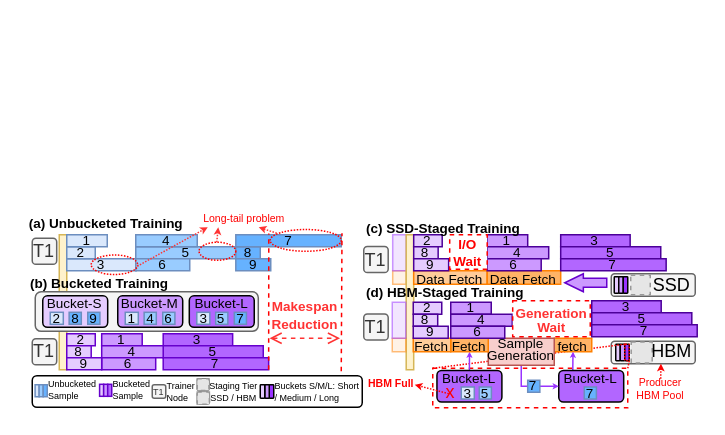
Before: 7.14心脏矢量图/design_slot.drawio in GoodMorningSir/My_drawioPicture, a draw.io diagram. Source tidied: cells renumbered, new cells numbered last; positions are measured from the earlier drawing's top-left corner, leaving out a move shared by most shapes. Both pictures are drawn from the tidied source at 150%, with x=0, y=0 at pixel (27, 210). Pictures stored in the file or linked from it are replaced by grey dashed boxes.
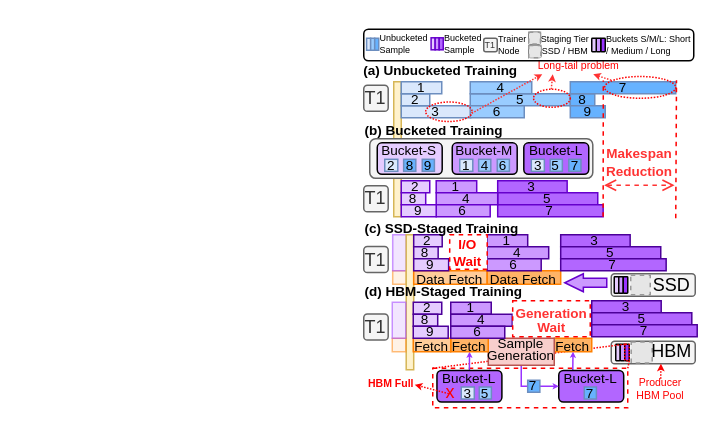
Above is the later version.

Change to the diagram source:
```diff
@@
-    <mxCell id="12" value="&lt;div style=&quot;line-height: 70%;&quot;&gt;&lt;span style=&quot;font-size: 9px; background-color: transparent; color: light-dark(rgb(0, 0, 0), rgb(255, 255, 255));&quot;&gt;fetch&lt;/span&gt;&lt;/div&gt;" style="text;html=1;whiteSpace=wrap;strokeColor=#FF8000;fillColor=#FFB366;align=center;verticalAlign=middle;rounded=0;" parent="1" vertex="1">
+    <mxCell id="12" value="&lt;div style=&quot;line-height: 70%;&quot;&gt;&lt;span style=&quot;font-size: 9px; background-color: transparent; color: light-dark(rgb(0, 0, 0), rgb(255, 255, 255));&quot;&gt;Fetch&lt;/span&gt;&lt;/div&gt;" style="text;html=1;whiteSpace=wrap;strokeColor=#FF8000;fillColor=#FFB366;align=center;verticalAlign=middle;rounded=0;" parent="1" vertex="1">
       <mxGeometry x="351" y="85" width="25" height="9" as="geometry" />
     </mxCell>
@@
     <mxCell id="17" style="rounded=0;whiteSpace=wrap;html=1;fillColor=#fff2cc;strokeColor=#d6b656;" parent="1" vertex="1">
-      <mxGeometry x="21" y="16" width="5" height="90" as="geometry" />
+      <mxGeometry x="244" y="-86" width="5" height="90" as="geometry" />
     </mxCell>
     <mxCell id="18" value="T1" style="rounded=1;whiteSpace=wrap;html=1;fillColor=#f5f5f5;strokeColor=#666666;fontColor=#333333;" parent="1" vertex="1">
-      <mxGeometry x="3" y="18.3" width="16.3" height="17.4" as="geometry" />
+      <mxGeometry x="224" y="-83.7" width="16.3" height="17.4" as="geometry" />
     </mxCell>
     <mxCell id="19" value="3" style="rounded=0;whiteSpace=wrap;html=1;fillColor=#dae8fc;strokeColor=#6c8ebf;fontSize=9;" parent="1" vertex="1">
-      <mxGeometry x="26" y="32" width="46.3" height="8" as="geometry" />
+      <mxGeometry x="249" y="-70" width="46.3" height="8" as="geometry" />
     </mxCell>
     <mxCell id="20" value="2" style="rounded=0;whiteSpace=wrap;html=1;fillColor=#dae8fc;strokeColor=#6c8ebf;fontSize=9;" parent="1" vertex="1">
-      <mxGeometry x="26" y="24" width="19" height="8" as="geometry" />
+      <mxGeometry x="249" y="-78" width="19" height="8" as="geometry" />
     </mxCell>
     <mxCell id="21" value="1" style="rounded=0;whiteSpace=wrap;html=1;fillColor=#dae8fc;strokeColor=#6c8ebf;fontSize=9;" parent="1" vertex="1">
-      <mxGeometry x="26" y="16" width="27" height="8" as="geometry" />
+      <mxGeometry x="249" y="-86" width="27" height="8" as="geometry" />
     </mxCell>
     <mxCell id="22" value="5" style="rounded=0;whiteSpace=wrap;html=1;fillColor=#99CCFF;strokeColor=#6c8ebf;fontSize=9;" parent="1" vertex="1">
-      <mxGeometry x="72" y="24" width="66.7" height="8" as="geometry" />
+      <mxGeometry x="295" y="-78" width="66.7" height="8" as="geometry" />
     </mxCell>
     <mxCell id="23" value="6" style="rounded=0;whiteSpace=wrap;html=1;fillColor=#99CCFF;strokeColor=#6c8ebf;fontSize=9;" parent="1" vertex="1">
-      <mxGeometry x="72" y="32" width="36" height="8" as="geometry" />
+      <mxGeometry x="295" y="-70" width="36" height="8" as="geometry" />
     </mxCell>
     <mxCell id="24" value="4" style="rounded=0;whiteSpace=wrap;html=1;fillColor=#99CCFF;strokeColor=#6c8ebf;fontSize=9;" parent="1" vertex="1">
-      <mxGeometry x="72" y="16" width="41" height="8" as="geometry" />
+      <mxGeometry x="295" y="-86" width="41" height="8" as="geometry" />
     </mxCell>
     <mxCell id="25" value="8" style="rounded=0;whiteSpace=wrap;html=1;fillColor=#66B2FF;strokeColor=#6c8ebf;fontSize=9;" parent="1" vertex="1">
-      <mxGeometry x="138.7" y="24" width="16.3" height="8" as="geometry" />
+      <mxGeometry x="361.7" y="-78" width="16.3" height="8" as="geometry" />
     </mxCell>
     <mxCell id="26" value="7" style="rounded=0;whiteSpace=wrap;html=1;fillColor=#66B2FF;strokeColor=#6c8ebf;fontSize=9;" parent="1" vertex="1">
-      <mxGeometry x="138.7" y="16" width="70.3" height="8" as="geometry" />
+      <mxGeometry x="361.7" y="-86" width="70.3" height="8" as="geometry" />
     </mxCell>
     <mxCell id="27" value="9" style="rounded=0;whiteSpace=wrap;html=1;fillColor=#66B2FF;strokeColor=#6c8ebf;fontSize=9;" parent="1" vertex="1">
-      <mxGeometry x="138.7" y="32" width="23.3" height="8" as="geometry" />
+      <mxGeometry x="361.7" y="-70" width="23.3" height="8" as="geometry" />
     </mxCell>
     <mxCell id="28" value="3" style="rounded=0;whiteSpace=wrap;html=1;fillColor=#B266FF;strokeColor=#6600CC;fontSize=9;" parent="1" vertex="1">
-      <mxGeometry x="90.3" y="82" width="46.3" height="8" as="geometry" />
+      <mxGeometry x="313.3" y="-20" width="46.3" height="8" as="geometry" />
     </mxCell>
     <mxCell id="29" value="5" style="rounded=0;whiteSpace=wrap;html=1;fillColor=#B266FF;strokeColor=#6600CC;fontSize=9;" parent="1" vertex="1">
-      <mxGeometry x="90.3" y="90" width="66.7" height="8" as="geometry" />
+      <mxGeometry x="313.3" y="-12" width="66.7" height="8" as="geometry" />
     </mxCell>
     <mxCell id="30" value="7" style="rounded=0;whiteSpace=wrap;html=1;fillColor=#B266FF;strokeColor=#6600CC;fontSize=9;" parent="1" vertex="1">
-      <mxGeometry x="90.3" y="98" width="70.3" height="8" as="geometry" />
+      <mxGeometry x="313.3" y="-4" width="70.3" height="8" as="geometry" />
     </mxCell>
     <mxCell id="31" value="2" style="rounded=0;whiteSpace=wrap;html=1;fillColor=#E5CCFF;strokeColor=#6600CC;fontSize=9;" parent="1" vertex="1">
-      <mxGeometry x="26" y="82" width="19" height="8" as="geometry" />
+      <mxGeometry x="249" y="-20" width="19" height="8" as="geometry" />
     </mxCell>
     <mxCell id="32" value="1" style="rounded=0;whiteSpace=wrap;html=1;fillColor=#CC99FF;strokeColor=#6600CC;fontSize=9;" parent="1" vertex="1">
-      <mxGeometry x="49.3" y="82" width="27" height="8" as="geometry" />
+      <mxGeometry x="272.3" y="-20" width="27" height="8" as="geometry" />
     </mxCell>
     <mxCell id="33" value="4" style="rounded=0;whiteSpace=wrap;html=1;fillColor=#CC99FF;strokeColor=#6600CC;fontSize=9;" parent="1" vertex="1">
-      <mxGeometry x="49.3" y="90" width="41" height="8" as="geometry" />
+      <mxGeometry x="272.3" y="-12" width="41" height="8" as="geometry" />
     </mxCell>
     <mxCell id="34" value="6" style="rounded=0;whiteSpace=wrap;html=1;fillColor=#CC99FF;strokeColor=#6600CC;fontSize=9;" parent="1" vertex="1">
-      <mxGeometry x="49.3" y="98" width="36" height="8" as="geometry" />
+      <mxGeometry x="272.3" y="-4" width="36" height="8" as="geometry" />
     </mxCell>
     <mxCell id="35" value="8" style="rounded=0;whiteSpace=wrap;html=1;fillColor=#E5CCFF;strokeColor=#6600CC;fontSize=9;" parent="1" vertex="1">
-      <mxGeometry x="26" y="90" width="16.3" height="8" as="geometry" />
+      <mxGeometry x="249" y="-12" width="16.3" height="8" as="geometry" />
     </mxCell>
     <mxCell id="36" value="9" style="rounded=0;whiteSpace=wrap;html=1;fillColor=#E5CCFF;strokeColor=#6600CC;fontSize=9;" parent="1" vertex="1">
-      <mxGeometry x="26" y="98" width="23.3" height="8" as="geometry" />
+      <mxGeometry x="249" y="-4" width="23.3" height="8" as="geometry" />
     </mxCell>
     <mxCell id="37" value="T1" style="rounded=1;whiteSpace=wrap;html=1;fillColor=#f5f5f5;strokeColor=#666666;fontColor=#333333;" parent="1" vertex="1">
-      <mxGeometry x="3" y="85.3" width="16.3" height="17.4" as="geometry" />
+      <mxGeometry x="224" y="-16.7" width="16.3" height="17.4" as="geometry" />
     </mxCell>
     <mxCell id="38" style="endArrow=none;html=1;rounded=0;exitX=1;exitY=1;exitDx=0;exitDy=0;strokeColor=#FF0000;dashed=1;" parent="1" edge="1" source="30">
       <mxGeometry relative="1" as="geometry">
-        <mxPoint x="160.7" y="15.2" as="targetPoint" />
+        <mxPoint x="383.7" y="-86.8" as="targetPoint" />
       </mxGeometry>
     </mxCell>
     <mxCell id="39" style="endArrow=none;html=1;rounded=0;exitX=1;exitY=1;exitDx=0;exitDy=0;strokeColor=#FF0000;dashed=1;" parent="1" edge="1">
       <mxGeometry relative="1" as="geometry">
-        <mxPoint x="209" y="107" as="sourcePoint" />
-        <mxPoint x="209.5" y="15" as="targetPoint" />
+        <mxPoint x="432" y="5" as="sourcePoint" />
+        <mxPoint x="432.5" y="-87" as="targetPoint" />
       </mxGeometry>
     </mxCell>
     <mxCell id="40" style="endArrow=open;startArrow=open;html=1;rounded=0;dashed=1;strokeColor=#FF3333;endFill=0;startFill=0;" parent="1" edge="1">
       <mxGeometry relative="1" as="geometry">
-        <mxPoint x="161.2" y="85" as="sourcePoint" />
-        <mxPoint x="208.2" y="85" as="targetPoint" />
+        <mxPoint x="384.2" y="-17" as="sourcePoint" />
+        <mxPoint x="431.2" y="-17" as="targetPoint" />
       </mxGeometry>
     </mxCell>
     <mxCell id="41" style="ellipse;whiteSpace=wrap;html=1;shapeInside=1;fillColor=none;strokeColor=#FF0000;dashed=1;dashPattern=1 1;" parent="1" vertex="1">
-      <mxGeometry x="42.3" y="29.5" width="31" height="13" as="geometry" />
+      <mxGeometry x="265.3" y="-72.5" width="31" height="13" as="geometry" />
     </mxCell>
     <mxCell id="42" style="ellipse;whiteSpace=wrap;html=1;shapeInside=1;fillColor=none;strokeColor=#FF0000;dashed=1;dashPattern=1 1;" parent="1" vertex="1">
-      <mxGeometry x="114.2" y="21" width="24.5" height="12" as="geometry" />
+      <mxGeometry x="337.2" y="-81" width="24.5" height="12" as="geometry" />
     </mxCell>
     <mxCell id="43" style="ellipse;whiteSpace=wrap;html=1;shapeInside=1;fillColor=none;strokeColor=#FF0000;dashed=1;dashPattern=1 1;" parent="1" vertex="1">
-      <mxGeometry x="161.6" y="12.5" width="47.4" height="14.5" as="geometry" />
+      <mxGeometry x="384.6" y="-89.5" width="47.4" height="14.5" as="geometry" />
     </mxCell>
     <mxCell id="44" value="Long-tail problem" style="text;html=1;whiteSpace=wrap;strokeColor=none;fillColor=none;align=center;verticalAlign=middle;rounded=0;fontSize=7;fontColor=#FF0000;" parent="1" vertex="1">
-      <mxGeometry x="115" width="59.3" height="11" as="geometry" />
+      <mxGeometry x="338" y="-102" width="59.3" height="11" as="geometry" />
     </mxCell>
     <mxCell id="45" style="endArrow=classic;html=1;rounded=0;fontSize=9;endSize=2;strokeColor=#FF3333;dashed=1;dashPattern=1 1;" parent="1" edge="1">
       <mxGeometry relative="1" as="geometry">
-        <mxPoint x="73" y="37" as="sourcePoint" />
-        <mxPoint x="120" y="11" as="targetPoint" />
+        <mxPoint x="296" y="-65" as="sourcePoint" />
+        <mxPoint x="343" y="-91" as="targetPoint" />
       </mxGeometry>
     </mxCell>
     <mxCell id="46" style="endArrow=classic;html=1;rounded=0;fontSize=9;endSize=2;strokeColor=#FF3333;dashed=1;dashPattern=1 1;" parent="1" edge="1">
       <mxGeometry relative="1" as="geometry">
-        <mxPoint x="126" y="21" as="sourcePoint" />
-        <mxPoint x="127" y="11" as="targetPoint" />
+        <mxPoint x="349" y="-81" as="sourcePoint" />
+        <mxPoint x="350" y="-91" as="targetPoint" />
       </mxGeometry>
     </mxCell>
     <mxCell id="47" style="endArrow=classic;html=1;rounded=0;fontSize=9;endSize=2;strokeColor=#FF3333;dashed=1;dashPattern=1 1;" parent="1" edge="1">
       <mxGeometry relative="1" as="geometry">
-        <mxPoint x="166" y="15" as="sourcePoint" />
-        <mxPoint x="154" y="11" as="targetPoint" />
+        <mxPoint x="389" y="-87" as="sourcePoint" />
+        <mxPoint x="377" y="-91" as="targetPoint" />
       </mxGeometry>
     </mxCell>
     <mxCell id="48" value="&lt;font style=&quot;font-size: 9px;&quot;&gt;(a) Unbucketed Training&lt;/font&gt;" style="text;html=1;whiteSpace=wrap;strokeColor=none;fillColor=none;align=center;verticalAlign=middle;rounded=0;fontStyle=1;" parent="1" vertex="1">
-      <mxGeometry width="105" height="15" as="geometry" />
+      <mxGeometry x="223" y="-102" width="105" height="15" as="geometry" />
     </mxCell>
     <mxCell id="49" value="&lt;font style=&quot;font-size: 9px;&quot;&gt;(b) Bucketed Training&lt;/font&gt;" style="text;html=1;whiteSpace=wrap;strokeColor=none;fillColor=none;align=left;verticalAlign=middle;rounded=0;fontStyle=1;" parent="1" vertex="1">
-      <mxGeometry y="40" width="190" height="15" as="geometry" />
+      <mxGeometry x="223" y="-62" width="190" height="15" as="geometry" />
     </mxCell>
     <mxCell id="50" value="&lt;div style=&quot;line-height: 100%;&quot;&gt;&lt;font style=&quot;font-size: 9px; color: rgb(255, 51, 51); line-height: 100%;&quot;&gt;&lt;b&gt;Makespan Reduction&lt;/b&gt;&lt;/font&gt;&lt;/div&gt;" style="text;html=1;whiteSpace=wrap;strokeColor=none;fillColor=none;align=center;verticalAlign=middle;rounded=0;" parent="1" vertex="1">
-      <mxGeometry x="155" y="53" width="60" height="30" as="geometry" />
+      <mxGeometry x="378" y="-49" width="60" height="30" as="geometry" />
     </mxCell>
@@
     <mxCell id="53" style="group;fillColor=none;" parent="1" vertex="1">
-      <mxGeometry x="5" y="54" width="148.7" height="26.4" as="geometry" />
+      <mxGeometry x="228" y="-48" width="148.7" height="26.4" as="geometry" />
     </mxCell>
@@
     <mxCell id="129" value="&lt;font style=&quot;font-size: 9px;&quot;&gt;(c) SSD-Staged Training&lt;/font&gt;" style="text;html=1;whiteSpace=wrap;strokeColor=none;fillColor=none;align=left;verticalAlign=middle;rounded=0;fontStyle=1;fontSize=10;" parent="1" vertex="1">
-      <mxGeometry x="224" y="3" width="148" height="15" as="geometry" />
+      <mxGeometry x="223" y="3" width="148" height="15" as="geometry" />
     </mxCell>
     <mxCell id="130" value="&lt;font style=&quot;font-size: 9px;&quot;&gt;(d) HBM-Staged Training&lt;/font&gt;" style="text;html=1;whiteSpace=wrap;strokeColor=none;fillColor=none;align=left;verticalAlign=middle;rounded=0;fontStyle=1;" parent="1" vertex="1">
-      <mxGeometry x="224" y="46" width="190" height="15" as="geometry" />
+      <mxGeometry x="223" y="45" width="190" height="15" as="geometry" />
     </mxCell>
+    <mxCell id="157" style="group;" parent="1" vertex="1">
+      <mxGeometry x="224" y="-121" width="220" height="21" as="geometry" />
+    </mxCell>
-    <mxCell id="131" style="rounded=1;whiteSpace=wrap;html=1;fontSize=7;" parent="1" vertex="1">
-      <mxGeometry x="3" y="110" width="220" height="21" as="geometry" />
+    <mxCell id="131" style="rounded=1;whiteSpace=wrap;html=1;fontSize=7;" parent="157" vertex="1">
+      <mxGeometry width="220" height="21" as="geometry" />
     </mxCell>
-    <mxCell id="132" value="&lt;font&gt;T1&lt;/font&gt;" style="rounded=1;whiteSpace=wrap;html=1;fillColor=#f5f5f5;strokeColor=#666666;fontColor=#333333;fontSize=6;" parent="1" vertex="1">
-      <mxGeometry x="83" y="116" width="9" height="9" as="geometry" />
+    <mxCell id="132" value="&lt;font&gt;T1&lt;/font&gt;" style="rounded=1;whiteSpace=wrap;html=1;fillColor=#f5f5f5;strokeColor=#666666;fontColor=#333333;fontSize=6;" parent="157" vertex="1">
+      <mxGeometry x="80" y="6" width="9" height="9" as="geometry" />
     </mxCell>
-    <mxCell id="133" value="&lt;div&gt;&lt;div&gt;Trainer&lt;/div&gt;&lt;div&gt;Node&lt;/div&gt;&lt;/div&gt;" style="text;html=1;whiteSpace=wrap;strokeColor=none;fillColor=none;align=left;verticalAlign=middle;rounded=0;fontSize=6;" parent="1" vertex="1">
-      <mxGeometry x="91.1" y="111.3" width="22.4" height="18.5" as="geometry" />
+    <mxCell id="133" value="&lt;div&gt;&lt;div&gt;Trainer&lt;/div&gt;&lt;div&gt;Node&lt;/div&gt;&lt;/div&gt;" style="text;html=1;whiteSpace=wrap;strokeColor=none;fillColor=none;align=left;verticalAlign=middle;rounded=0;fontSize=6;" parent="157" vertex="1">
+      <mxGeometry x="88.1" y="1.3" width="22.4" height="18.5" as="geometry" />
     </mxCell>
-    <mxCell id="134" value="&lt;div&gt;Staging Tier SSD / HBM&lt;/div&gt;" style="text;html=1;whiteSpace=wrap;strokeColor=none;fillColor=none;align=center;verticalAlign=middle;rounded=0;fontSize=6;" parent="1" vertex="1">
-      <mxGeometry x="120" y="114.7" width="35.1" height="11.7" as="geometry" />
+    <mxCell id="134" value="&lt;div&gt;Staging Tier SSD / HBM&lt;/div&gt;" style="text;html=1;whiteSpace=wrap;strokeColor=none;fillColor=none;align=center;verticalAlign=middle;rounded=0;fontSize=6;" parent="157" vertex="1">
+      <mxGeometry x="117" y="4.7" width="35.1" height="11.7" as="geometry" />
     </mxCell>
-    <mxCell id="135" style="group;fontSize=6;" parent="1" vertex="1">
-      <mxGeometry x="113" y="121" width="8.1" height="9" as="geometry" />
+    <mxCell id="135" style="group;fontSize=6;" parent="157" vertex="1">
+      <mxGeometry x="110" y="11" width="8.1" height="9" as="geometry" />
     </mxCell>
@@
-    <mxCell id="138" style="group;fontSize=6;" parent="1" vertex="1">
-      <mxGeometry x="113" y="112" width="9" height="9" as="geometry" />
+    <mxCell id="138" style="group;fontSize=6;" parent="157" vertex="1">
+      <mxGeometry x="110" y="2" width="9" height="9" as="geometry" />
     </mxCell>
@@
-    <mxCell id="141" value="&lt;div&gt;Unbucketed Sample&lt;/div&gt;" style="text;html=1;whiteSpace=wrap;strokeColor=none;fillColor=none;align=left;verticalAlign=middle;rounded=0;fontSize=6;" parent="1" vertex="1">
-      <mxGeometry x="12" y="113.9" width="35.1" height="11.7" as="geometry" />
+    <mxCell id="141" value="&lt;div&gt;Unbucketed Sample&lt;/div&gt;" style="text;html=1;whiteSpace=wrap;strokeColor=none;fillColor=none;align=left;verticalAlign=middle;rounded=0;fontSize=6;" parent="157" vertex="1">
+      <mxGeometry x="9" y="3.9" width="35.1" height="11.7" as="geometry" />
     </mxCell>
-    <mxCell id="142" style="group;" parent="1" vertex="1">
-      <mxGeometry x="160" y="116" width="9" height="9" as="geometry" />
+    <mxCell id="142" style="group;" parent="157" vertex="1">
+      <mxGeometry x="157" y="6" width="9" height="9" as="geometry" />
     </mxCell>
@@
-    <mxCell id="146" style="group;" parent="1" vertex="1">
-      <mxGeometry x="47.9" y="115.7" width="8.1" height="8" as="geometry" />
+    <mxCell id="146" style="group;" parent="157" vertex="1">
+      <mxGeometry x="44.9" y="5.7" width="8.1" height="8" as="geometry" />
     </mxCell>
@@
-    <mxCell id="150" style="group;" parent="1" vertex="1">
-      <mxGeometry x="4.9" y="116.7" width="8.1" height="8" as="geometry" />
+    <mxCell id="150" style="group;" parent="157" vertex="1">
+      <mxGeometry x="1.9" y="6.7" width="8.1" height="8" as="geometry" />
     </mxCell>
@@
-    <mxCell id="155" value="&lt;div&gt;Bucketed Sample&lt;/div&gt;" style="text;html=1;whiteSpace=wrap;strokeColor=none;fillColor=none;align=left;verticalAlign=middle;rounded=0;fontSize=6;" parent="1" vertex="1">
-      <mxGeometry x="55.2" y="113.9" width="35.1" height="11.7" as="geometry" />
+    <mxCell id="155" value="&lt;div&gt;Bucketed Sample&lt;/div&gt;" style="text;html=1;whiteSpace=wrap;strokeColor=none;fillColor=none;align=left;verticalAlign=middle;rounded=0;fontSize=6;" parent="157" vertex="1">
+      <mxGeometry x="52.2" y="3.9" width="35.1" height="11.7" as="geometry" />
     </mxCell>
-    <mxCell id="156" value="&lt;font style=&quot;line-height: 100%;&quot;&gt;Buckets S/M/L: Short / Medium / Long&lt;/font&gt;" style="text;html=1;whiteSpace=wrap;strokeColor=none;fillColor=none;align=left;verticalAlign=middle;rounded=0;fontSize=6;spacing=2;spacingTop=0;fontFamily=Helvetica;fontColor=default;fontStyle=0;" parent="1" vertex="1">
-      <mxGeometry x="163" y="114.1" width="60" height="13" as="geometry" />
+    <mxCell id="156" value="&lt;font style=&quot;line-height: 100%;&quot;&gt;Buckets S/M/L: Short / Medium / Long&lt;/font&gt;" style="text;html=1;whiteSpace=wrap;strokeColor=none;fillColor=none;align=left;verticalAlign=middle;rounded=0;fontSize=6;spacing=2;spacingTop=0;fontFamily=Helvetica;fontColor=default;fontStyle=0;" parent="157" vertex="1">
+      <mxGeometry x="160" y="4.1" width="60" height="13" as="geometry" />
     </mxCell>
```
